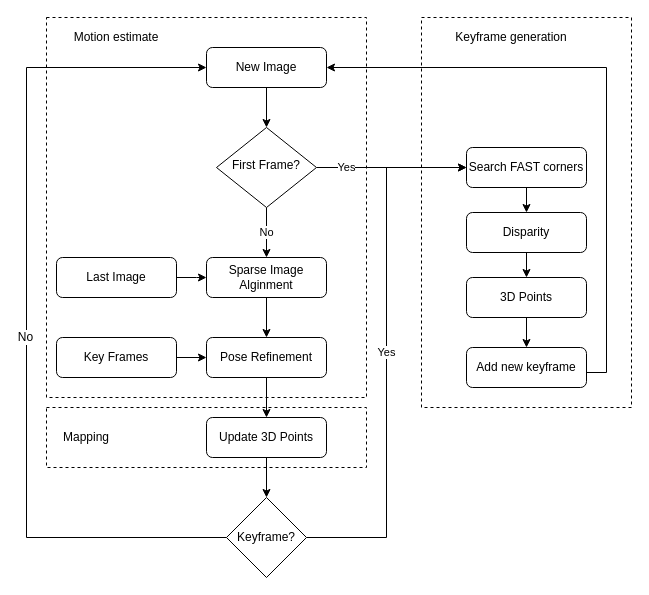
Before: doc/img/our_svo_implementation.drawio in eichenberger/stereo-svo-slam, a draw.io diagram. Source tidied: cells renumbered, new cells numbered last; positions are measured from the earlier drawing's top-left corner, leaving out a move shared by most shapes. Both pictures are drawn from the tidied source at 100%, with x=0, y=0 at pixel (26, 17).
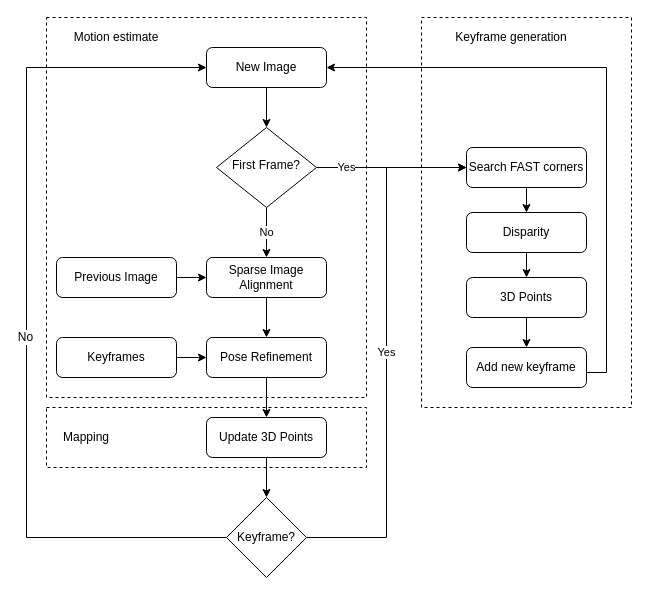
After the change.

Unchanged cells that the change refers to:
```xml
<mxCell id="4" value="First Frame?" style="rhombus;whiteSpace=wrap;html=1;shadow=0;fontFamily=Helvetica;fontSize=12;align=center;strokeWidth=1;spacing=6;spacingTop=-4;" parent="1" vertex="1">
  <mxGeometry x="190" y="110" width="100" height="80" as="geometry" />
</mxCell>
```

Change to the diagram source:
```diff
@@
     <mxCell id="2" value="No" style="edgeStyle=orthogonalEdgeStyle;rounded=0;jettySize=auto;html=1;entryX=0.5;entryY=0;entryDx=0;entryDy=0;" parent="1" edge="1" source="4" target="14">
-      <mxGeometry relative="1" as="geometry" />
+      <mxGeometry relative="1" as="geometry">
+        <Array as="points">
+          <mxPoint x="240" y="230" />
+          <mxPoint x="240" y="230" />
+        </Array>
+      </mxGeometry>
     </mxCell>
@@
-    <mxCell id="12" value="Last Image" style="rounded=1;whiteSpace=wrap;html=1;fontSize=12;glass=0;strokeWidth=1;shadow=0;" parent="1" vertex="1">
+    <mxCell id="12" value="Previous Image" style="rounded=1;whiteSpace=wrap;html=1;fontSize=12;glass=0;strokeWidth=1;shadow=0;" parent="1" vertex="1">
       <mxGeometry x="30" y="240" width="120" height="40" as="geometry" />
     </mxCell>
@@
-    <mxCell id="14" value="Sparse Image Alginment" style="rounded=1;whiteSpace=wrap;html=1;fontSize=12;glass=0;strokeWidth=1;shadow=0;" parent="1" vertex="1">
+    <mxCell id="14" value="Sparse Image Alignment" style="rounded=1;whiteSpace=wrap;html=1;fontSize=12;glass=0;strokeWidth=1;shadow=0;" parent="1" vertex="1">
       <mxGeometry x="180" y="240" width="120" height="40" as="geometry" />
     </mxCell>
@@
-    <mxCell id="18" value="Key Frames" style="rounded=1;whiteSpace=wrap;html=1;fontSize=12;glass=0;strokeWidth=1;shadow=0;" parent="1" vertex="1">
+    <mxCell id="18" value="Keyframes" style="rounded=1;whiteSpace=wrap;html=1;fontSize=12;glass=0;strokeWidth=1;shadow=0;" parent="1" vertex="1">
       <mxGeometry x="30" y="320" width="120" height="40" as="geometry" />
     </mxCell>
```
